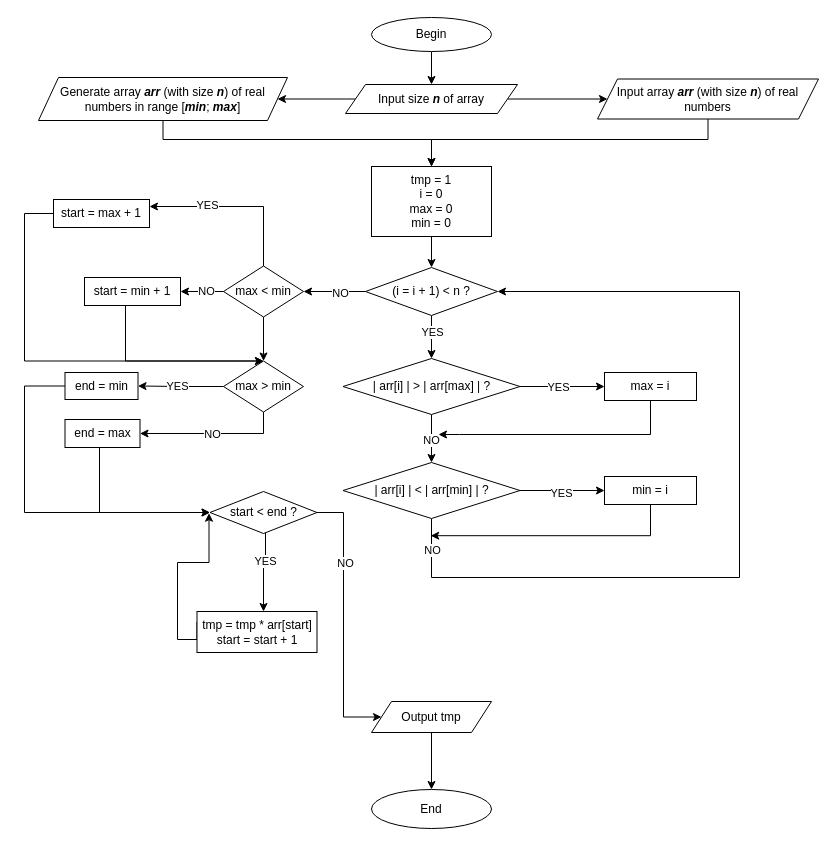
This is Lab_3/Lab3_2.drawio from st93642/TSI, a draw.io file, before an edit. Source tidied: cells renumbered, new cells numbered last; positions are measured from the earlier drawing's top-left corner, leaving out a move shared by most shapes. Both pictures are drawn from the tidied source at 100%, with x=0, y=0 at pixel (24, 17).
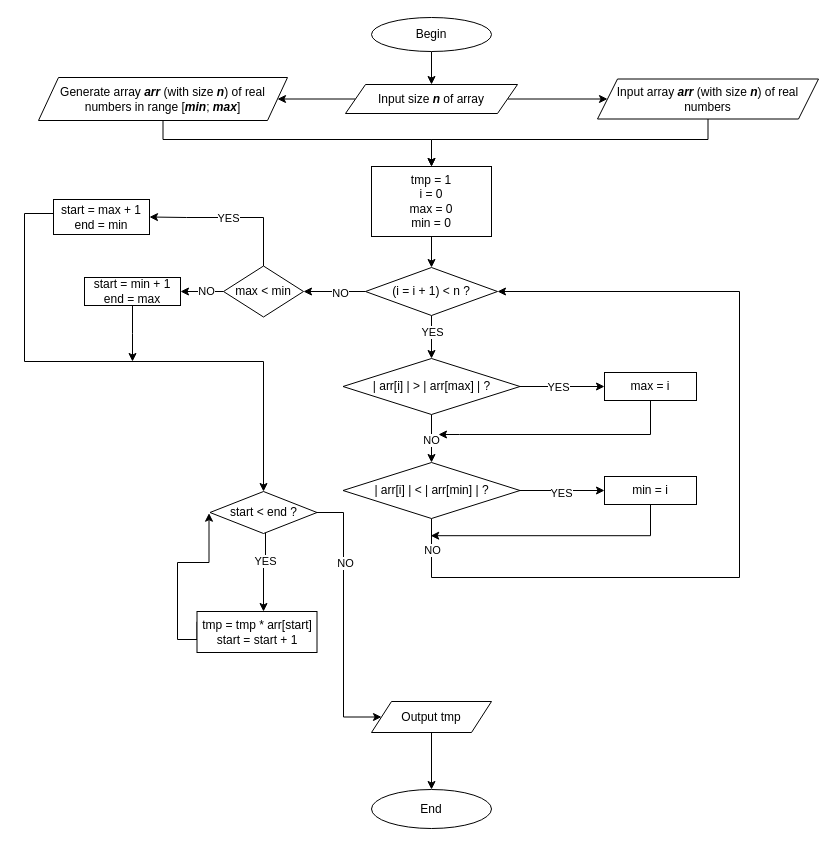
Above is the later version.

Unchanged cells that the change refers to:
```xml
<mxCell id="36" value="max &amp;lt; min" style="rhombus;whiteSpace=wrap;html=1;" parent="1" vertex="1">
  <mxGeometry x="199" y="248.5" width="80" height="51" as="geometry" />
</mxCell>
<mxCell id="56" value="start &amp;lt; end ?" style="rhombus;whiteSpace=wrap;html=1;" parent="1" vertex="1">
  <mxGeometry x="185.5" y="474" width="107" height="42" as="geometry" />
</mxCell>
```

What changed in the source:
```diff
@@
-    <mxCell id="31" style="edgeStyle=orthogonalEdgeStyle;rounded=0;jettySize=auto;html=1;entryX=1;entryY=0.25;entryDx=0;entryDy=0;" parent="1" edge="1" source="36" target="45">
-      <mxGeometry relative="1" as="geometry">
-        <Array as="points">
-          <mxPoint x="239" y="189" />
-        </Array>
-      </mxGeometry>
-    </mxCell>
-    <mxCell id="32" value="YES" style="edgeLabel;html=1;align=center;verticalAlign=middle;" parent="31" vertex="1">
-      <mxGeometry x="0.34" y="-2" relative="1" as="geometry" />
-    </mxCell>
@@
-    <mxCell id="35" style="edgeStyle=orthogonalEdgeStyle;rounded=0;jettySize=auto;html=1;" parent="1" edge="1" source="36" target="41">
-      <mxGeometry relative="1" as="geometry" />
-    </mxCell>
+    <mxCell id="31" style="edgeStyle=orthogonalEdgeStyle;rounded=0;jettySize=auto;html=1;entryX=1;entryY=0.5;entryDx=0;entryDy=0;" parent="1" edge="1" source="36" target="45">
+      <mxGeometry relative="1" as="geometry">
+        <Array as="points">
+          <mxPoint x="239" y="200" />
+          <mxPoint x="162" y="200" />
+        </Array>
+      </mxGeometry>
+    </mxCell>
+    <mxCell id="62" value="YES" style="edgeLabel;html=1;align=center;verticalAlign=middle;" parent="31" vertex="1">
+      <mxGeometry x="0.04" relative="1" as="geometry">
+        <mxPoint x="1" as="offset" />
+      </mxGeometry>
+    </mxCell>
@@
-    <mxCell id="37" style="edgeStyle=orthogonalEdgeStyle;rounded=0;jettySize=auto;html=1;entryX=1;entryY=0.5;entryDx=0;entryDy=0;" parent="1" edge="1" source="41" target="49">
-      <mxGeometry relative="1" as="geometry" />
-    </mxCell>
-    <mxCell id="38" value="YES" style="edgeLabel;html=1;align=center;verticalAlign=middle;" parent="37" vertex="1">
-      <mxGeometry x="0.09" relative="1" as="geometry" />
-    </mxCell>
-    <mxCell id="39" style="edgeStyle=orthogonalEdgeStyle;rounded=0;jettySize=auto;html=1;entryX=1;entryY=0.5;entryDx=0;entryDy=0;" parent="1" edge="1" source="41" target="51">
-      <mxGeometry relative="1" as="geometry">
-        <Array as="points">
-          <mxPoint x="239" y="416" />
-        </Array>
-      </mxGeometry>
-    </mxCell>
-    <mxCell id="40" value="NO" style="edgeLabel;html=1;align=center;verticalAlign=middle;" parent="39" vertex="1">
-      <mxGeometry y="1" relative="1" as="geometry">
-        <mxPoint y="-1" as="offset" />
-      </mxGeometry>
-    </mxCell>
-    <mxCell id="41" value="max &amp;gt; min" style="rhombus;whiteSpace=wrap;html=1;" parent="1" vertex="1">
-      <mxGeometry x="199" y="343.5" width="80" height="51" as="geometry" />
-    </mxCell>
@@
-    <mxCell id="44" style="edgeStyle=orthogonalEdgeStyle;rounded=0;jettySize=auto;html=1;entryX=0.5;entryY=0;entryDx=0;entryDy=0;" parent="1" edge="1" source="45" target="41">
+    <mxCell id="44" style="edgeStyle=orthogonalEdgeStyle;rounded=0;jettySize=auto;html=1;entryX=0.5;entryY=0;entryDx=0;entryDy=0;" parent="1" edge="1" source="45" target="56">
       <mxGeometry relative="1" as="geometry">
         <Array as="points">
           <mxPoint y="196" />
           <mxPoint y="344" />
+          <mxPoint x="239" y="344" />
         </Array>
       </mxGeometry>
     </mxCell>
-    <mxCell id="45" value="start = max + 1" style="rounded=0;whiteSpace=wrap;html=1;" parent="1" vertex="1">
-      <mxGeometry x="29" y="182" width="96" height="28" as="geometry" />
+    <mxCell id="45" value="&lt;div&gt;start = max + 1&lt;/div&gt;&lt;div&gt;end = min&lt;/div&gt;" style="rounded=0;whiteSpace=wrap;html=1;" parent="1" vertex="1">
+      <mxGeometry x="29" y="182" width="96" height="35" as="geometry" />
     </mxCell>
-    <mxCell id="46" style="edgeStyle=orthogonalEdgeStyle;rounded=0;jettySize=auto;html=1;entryX=0.5;entryY=0;entryDx=0;entryDy=0;" parent="1" edge="1" source="47" target="41">
-      <mxGeometry relative="1" as="geometry">
-        <Array as="points">
-          <mxPoint x="101" y="344" />
-        </Array>
-      </mxGeometry>
-    </mxCell>
+    <mxCell id="63" style="edgeStyle=orthogonalEdgeStyle;rounded=0;jettySize=auto;html=1;" parent="1" edge="1" source="47">
+      <mxGeometry relative="1" as="geometry">
+        <mxPoint x="108" y="344" as="targetPoint" />
+      </mxGeometry>
+    </mxCell>
-    <mxCell id="47" value="start = min + 1" style="rounded=0;whiteSpace=wrap;html=1;" parent="1" vertex="1">
+    <mxCell id="47" value="&lt;div&gt;start = min + 1&lt;/div&gt;&lt;div&gt;end = max&lt;/div&gt;" style="rounded=0;whiteSpace=wrap;html=1;" parent="1" vertex="1">
       <mxGeometry x="60" y="260" width="96" height="28" as="geometry" />
     </mxCell>
-    <mxCell id="48" style="edgeStyle=orthogonalEdgeStyle;rounded=0;jettySize=auto;html=1;entryX=0;entryY=0.5;entryDx=0;entryDy=0;" parent="1" edge="1" source="49" target="56">
-      <mxGeometry relative="1" as="geometry">
-        <Array as="points">
-          <mxPoint y="369" />
-          <mxPoint y="495" />
-        </Array>
-      </mxGeometry>
-    </mxCell>
-    <mxCell id="49" value="end = min" style="rounded=0;whiteSpace=wrap;html=1;" parent="1" vertex="1">
-      <mxGeometry x="40.5" y="355" width="73" height="27" as="geometry" />
-    </mxCell>
-    <mxCell id="50" style="edgeStyle=orthogonalEdgeStyle;rounded=0;jettySize=auto;html=1;entryX=0;entryY=0.5;entryDx=0;entryDy=0;" parent="1" edge="1" source="51" target="56">
-      <mxGeometry relative="1" as="geometry">
-        <Array as="points">
-          <mxPoint x="75" y="495" />
-        </Array>
-      </mxGeometry>
-    </mxCell>
-    <mxCell id="51" value="end = max" style="rounded=0;whiteSpace=wrap;html=1;" parent="1" vertex="1">
-      <mxGeometry x="40.5" y="402" width="75" height="28" as="geometry" />
-    </mxCell>
```
